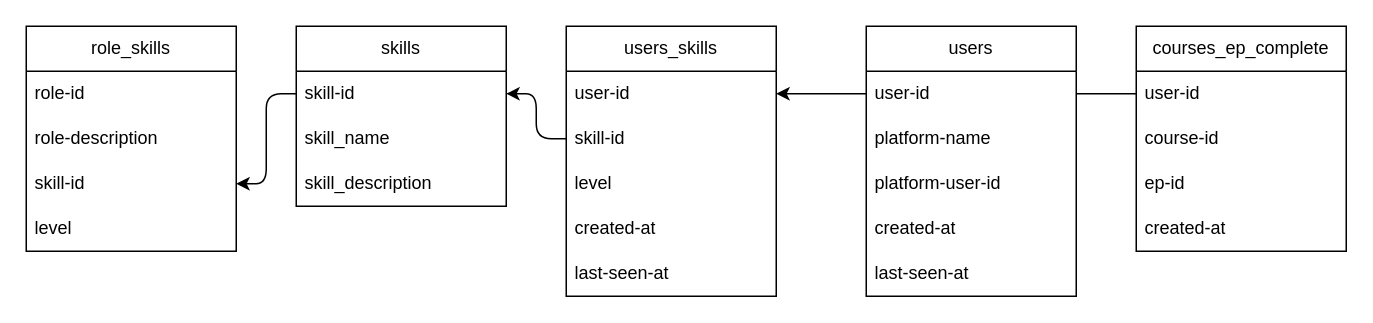
The draw.io diagram db_schema.drawio in TeoMeWhy/tmw-education, before the edit. Source tidied: cells renumbered, new cells numbered last; positions are measured from the earlier drawing's top-left corner, leaving out a move shared by most shapes. Both pictures are drawn from the tidied source at 150%, with x=0, y=0 at pixel (26, 26).
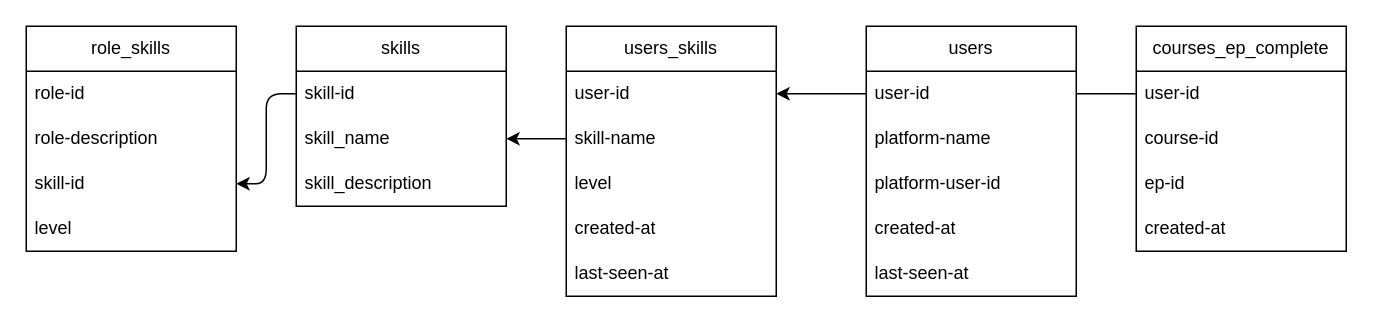
The same page after the edit.

The change refers to these unchanged cells:
```xml
<mxCell id="14" value="users_skills" style="swimlane;fontStyle=0;horizontal=1;startSize=30;whiteSpace=wrap;html=1;" parent="1" vertex="1">
  <mxGeometry x="360" width="140" height="180" as="geometry" />
</mxCell>
<mxCell id="22" value="skill-id" style="text;strokeColor=none;fillColor=none;align=left;verticalAlign=middle;spacingLeft=4;spacingRight=4;overflow=hidden;points=[[0,0.5],[1,0.5]];portConstraint=eastwest;whiteSpace=wrap;html=1;" parent="21" vertex="1">
  <mxGeometry y="30" width="140" height="30" as="geometry" />
</mxCell>
<mxCell id="23" value="skill_name" style="text;strokeColor=none;fillColor=none;align=left;verticalAlign=middle;spacingLeft=4;spacingRight=4;overflow=hidden;points=[[0,0.5],[1,0.5]];portConstraint=eastwest;whiteSpace=wrap;html=1;" parent="21" vertex="1">
  <mxGeometry y="60" width="140" height="30" as="geometry" />
</mxCell>
```

Change to the diagram source:
```diff
@@
-    <mxCell id="16" value="skill-id" style="text;strokeColor=none;fillColor=none;align=left;verticalAlign=middle;spacingLeft=4;spacingRight=4;overflow=hidden;points=[[0,0.5],[1,0.5]];portConstraint=eastwest;whiteSpace=wrap;html=1;" parent="14" vertex="1">
+    <mxCell id="16" value="skill-name" style="text;strokeColor=none;fillColor=none;align=left;verticalAlign=middle;spacingLeft=4;spacingRight=4;overflow=hidden;points=[[0,0.5],[1,0.5]];portConstraint=eastwest;whiteSpace=wrap;html=1;" parent="14" vertex="1">
       <mxGeometry y="60" width="140" height="30" as="geometry" />
     </mxCell>
@@
-    <mxCell id="25" style="edgeStyle=orthogonalEdgeStyle;html=1;entryX=1;entryY=0.5;entryDx=0;entryDy=0;" parent="1" edge="1" source="16" target="22">
+    <mxCell id="25" style="edgeStyle=orthogonalEdgeStyle;html=1;entryX=1;entryY=0.5;entryDx=0;entryDy=0;" parent="1" edge="1" source="16" target="23">
       <mxGeometry relative="1" as="geometry" />
     </mxCell>
```
